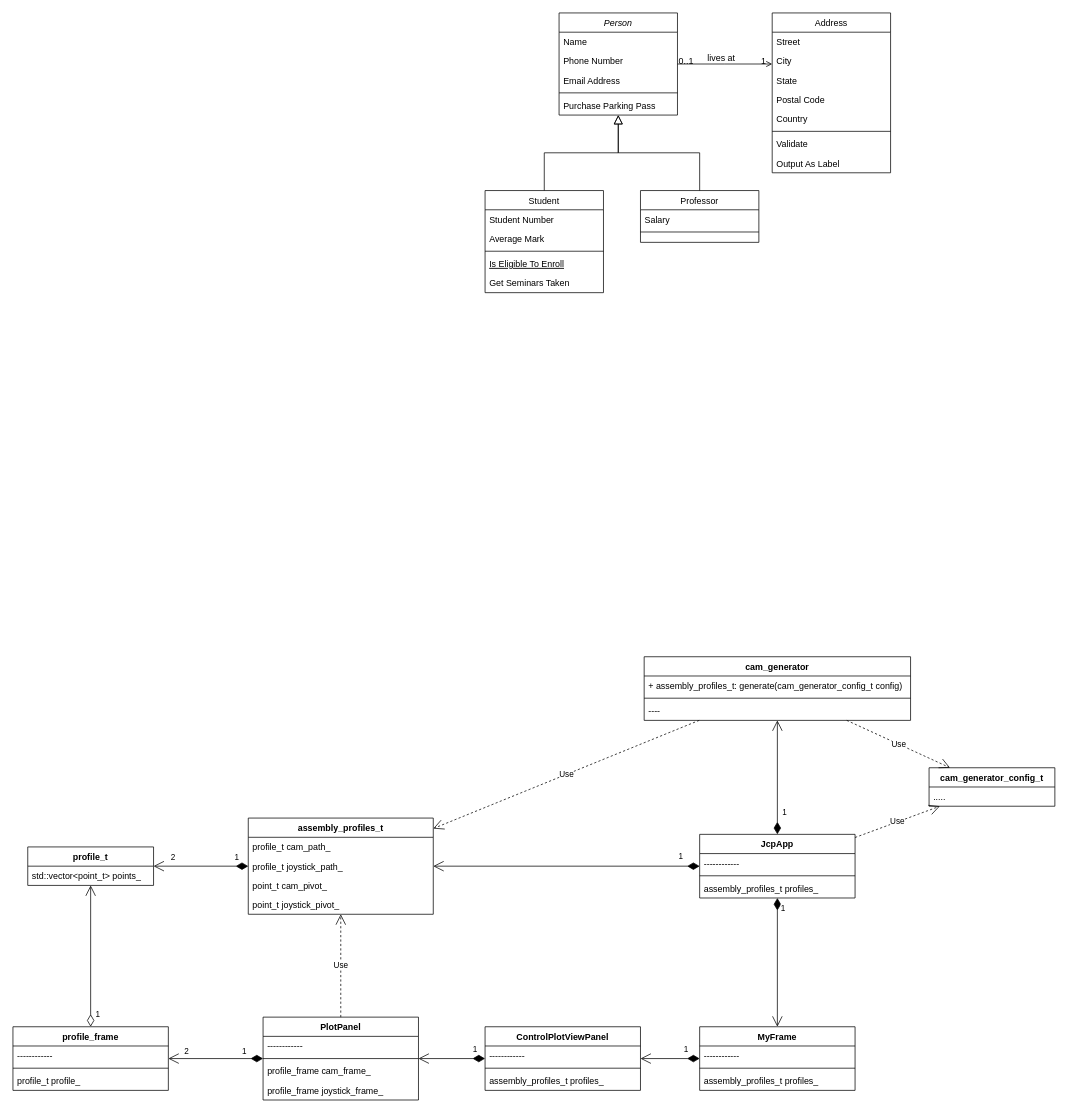
walkiewicz125/jcp keeps this draw.io diagram as class_diagram_draw_io.drawio. Above is the earlier version. Source tidied: cells renumbered, new cells numbered last; positions are measured from the earlier drawing's top-left corner, leaving out a move shared by most shapes. Both pictures are drawn from the tidied source at 74%, with x=0, y=0 at pixel (13, 13).
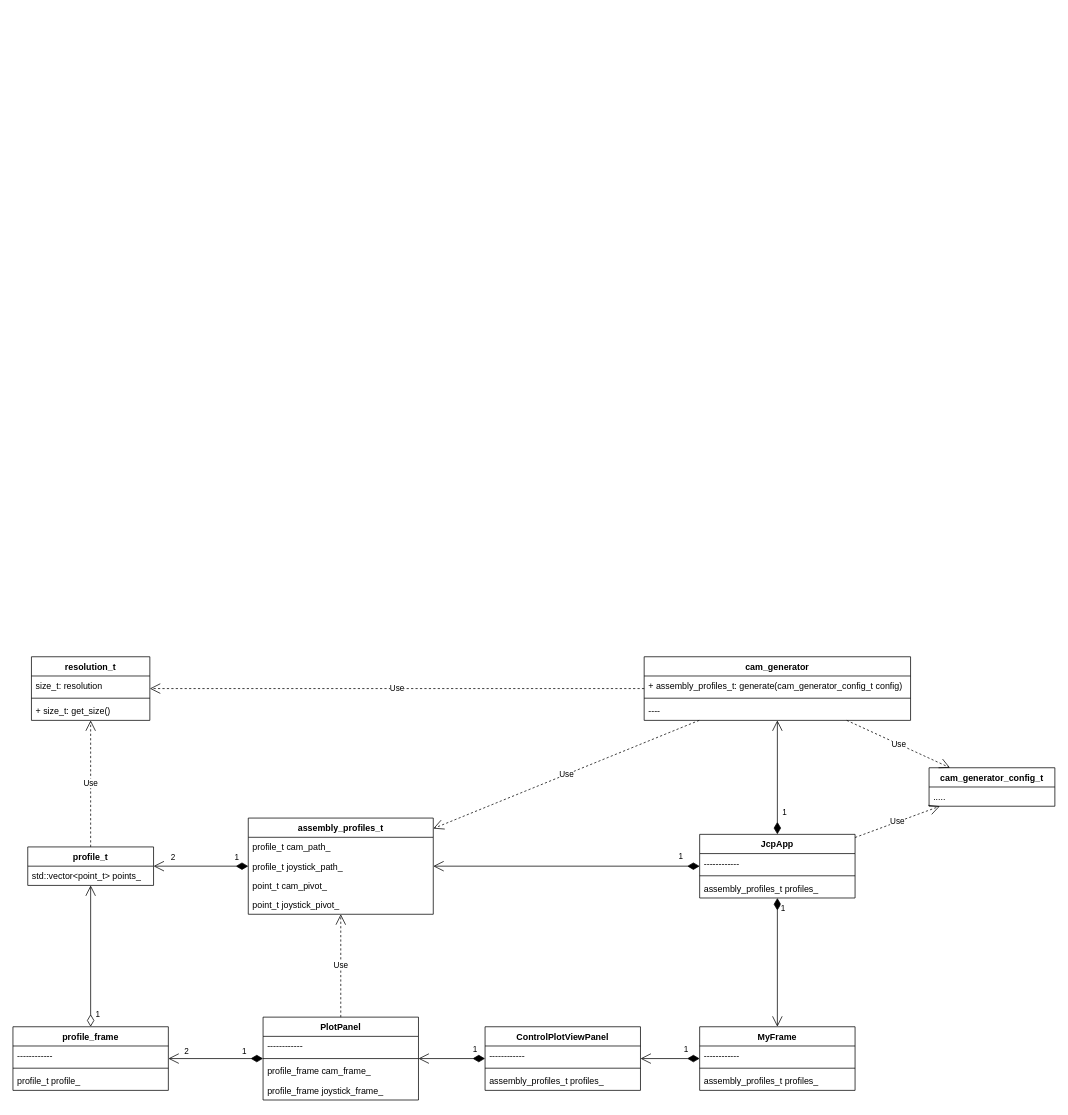
After the change.

Commit message:
Update class diagram

Unchanged cells that the change refers to:
```xml
<mxCell id="32" value="profile_t" style="swimlane;fontStyle=1;horizontal=1;startSize=26;fillColor=none;" parent="1" vertex="1">
  <mxGeometry x="20" y="1127" width="170" height="52" as="geometry" />
</mxCell>
<mxCell id="43" value="cam_generator" style="swimlane;fontStyle=1;align=center;verticalAlign=top;horizontal=1;startSize=26;" parent="1" vertex="1">
  <mxGeometry x="853" y="870" width="360" height="86" as="geometry" />
</mxCell>
```

What changed in the source:
```diff
@@
-    <mxCell id="2" value="Person" style="swimlane;fontStyle=2;align=center;verticalAlign=top;horizontal=1;startSize=26;rounded=0;shadow=0;strokeWidth=1;" parent="1" vertex="1">
-      <mxGeometry x="738" width="160" height="138" as="geometry" />
-    </mxCell>
-    <mxCell id="3" value="Name" style="text;align=left;verticalAlign=top;spacingLeft=4;spacingRight=4;overflow=hidden;" parent="2" vertex="1">
-      <mxGeometry y="26" width="160" height="26" as="geometry" />
-    </mxCell>
-    <mxCell id="4" value="Phone Number" style="text;align=left;verticalAlign=top;spacingLeft=4;spacingRight=4;overflow=hidden;rounded=0;shadow=0;html=0;" parent="2" vertex="1">
-      <mxGeometry y="52" width="160" height="26" as="geometry" />
-    </mxCell>
-    <mxCell id="5" value="Email Address" style="text;align=left;verticalAlign=top;spacingLeft=4;spacingRight=4;overflow=hidden;rounded=0;shadow=0;html=0;" parent="2" vertex="1">
-      <mxGeometry y="78" width="160" height="26" as="geometry" />
-    </mxCell>
-    <mxCell id="6" style="line;html=1;strokeWidth=1;align=left;verticalAlign=middle;spacingTop=-1;spacingLeft=3;spacingRight=3;labelPosition=right;" parent="2" vertex="1">
-      <mxGeometry y="104" width="160" height="8" as="geometry" />
-    </mxCell>
-    <mxCell id="7" value="Purchase Parking Pass" style="text;align=left;verticalAlign=top;spacingLeft=4;spacingRight=4;overflow=hidden;" parent="2" vertex="1">
-      <mxGeometry y="112" width="160" height="26" as="geometry" />
-    </mxCell>
-    <mxCell id="8" value="Student" style="swimlane;fontStyle=0;align=center;verticalAlign=top;horizontal=1;startSize=26;rounded=0;shadow=0;strokeWidth=1;" parent="1" vertex="1">
-      <mxGeometry x="638" y="240" width="160" height="138" as="geometry" />
-    </mxCell>
-    <mxCell id="9" value="Student Number" style="text;align=left;verticalAlign=top;spacingLeft=4;spacingRight=4;overflow=hidden;" parent="8" vertex="1">
-      <mxGeometry y="26" width="160" height="26" as="geometry" />
-    </mxCell>
-    <mxCell id="10" value="Average Mark" style="text;align=left;verticalAlign=top;spacingLeft=4;spacingRight=4;overflow=hidden;rounded=0;shadow=0;html=0;" parent="8" vertex="1">
-      <mxGeometry y="52" width="160" height="26" as="geometry" />
-    </mxCell>
-    <mxCell id="11" style="line;html=1;strokeWidth=1;align=left;verticalAlign=middle;spacingTop=-1;spacingLeft=3;spacingRight=3;labelPosition=right;" parent="8" vertex="1">
-      <mxGeometry y="78" width="160" height="8" as="geometry" />
-    </mxCell>
-    <mxCell id="12" value="Is Eligible To Enroll" style="text;align=left;verticalAlign=top;spacingLeft=4;spacingRight=4;overflow=hidden;fontStyle=4;" parent="8" vertex="1">
-      <mxGeometry y="86" width="160" height="26" as="geometry" />
-    </mxCell>
-    <mxCell id="13" value="Get Seminars Taken" style="text;align=left;verticalAlign=top;spacingLeft=4;spacingRight=4;overflow=hidden;" parent="8" vertex="1">
-      <mxGeometry y="112" width="160" height="26" as="geometry" />
-    </mxCell>
-    <mxCell id="14" style="endArrow=block;endSize=10;endFill=0;shadow=0;strokeWidth=1;rounded=0;edgeStyle=elbowEdgeStyle;elbow=vertical;" parent="1" edge="1" source="8" target="2">
-      <mxGeometry relative="1" as="geometry" />
-    </mxCell>
-    <mxCell id="15" value="Professor" style="swimlane;fontStyle=0;align=center;verticalAlign=top;horizontal=1;startSize=26;rounded=0;shadow=0;strokeWidth=1;" parent="1" vertex="1">
-      <mxGeometry x="848" y="240" width="160" height="70" as="geometry" />
-    </mxCell>
-    <mxCell id="16" value="Salary" style="text;align=left;verticalAlign=top;spacingLeft=4;spacingRight=4;overflow=hidden;" parent="15" vertex="1">
-      <mxGeometry y="26" width="160" height="26" as="geometry" />
-    </mxCell>
-    <mxCell id="17" style="line;html=1;strokeWidth=1;align=left;verticalAlign=middle;spacingTop=-1;spacingLeft=3;spacingRight=3;labelPosition=right;" parent="15" vertex="1">
-      <mxGeometry y="52" width="160" height="8" as="geometry" />
-    </mxCell>
-    <mxCell id="18" style="endArrow=block;endSize=10;endFill=0;shadow=0;strokeWidth=1;rounded=0;edgeStyle=elbowEdgeStyle;elbow=vertical;" parent="1" edge="1" source="15" target="2">
-      <mxGeometry relative="1" as="geometry" />
-    </mxCell>
-    <mxCell id="19" value="Address" style="swimlane;fontStyle=0;align=center;verticalAlign=top;horizontal=1;startSize=26;rounded=0;shadow=0;strokeWidth=1;" parent="1" vertex="1">
-      <mxGeometry x="1026" width="160" height="216" as="geometry" />
-    </mxCell>
-    <mxCell id="20" value="Street" style="text;align=left;verticalAlign=top;spacingLeft=4;spacingRight=4;overflow=hidden;" parent="19" vertex="1">
-      <mxGeometry y="26" width="160" height="26" as="geometry" />
-    </mxCell>
-    <mxCell id="21" value="City" style="text;align=left;verticalAlign=top;spacingLeft=4;spacingRight=4;overflow=hidden;rounded=0;shadow=0;html=0;" parent="19" vertex="1">
-      <mxGeometry y="52" width="160" height="26" as="geometry" />
-    </mxCell>
-    <mxCell id="22" value="State" style="text;align=left;verticalAlign=top;spacingLeft=4;spacingRight=4;overflow=hidden;rounded=0;shadow=0;html=0;" parent="19" vertex="1">
-      <mxGeometry y="78" width="160" height="26" as="geometry" />
-    </mxCell>
-    <mxCell id="23" value="Postal Code" style="text;align=left;verticalAlign=top;spacingLeft=4;spacingRight=4;overflow=hidden;rounded=0;shadow=0;html=0;" parent="19" vertex="1">
-      <mxGeometry y="104" width="160" height="26" as="geometry" />
-    </mxCell>
-    <mxCell id="24" value="Country" style="text;align=left;verticalAlign=top;spacingLeft=4;spacingRight=4;overflow=hidden;rounded=0;shadow=0;html=0;" parent="19" vertex="1">
-      <mxGeometry y="130" width="160" height="26" as="geometry" />
-    </mxCell>
-    <mxCell id="25" style="line;html=1;strokeWidth=1;align=left;verticalAlign=middle;spacingTop=-1;spacingLeft=3;spacingRight=3;labelPosition=right;" parent="19" vertex="1">
-      <mxGeometry y="156" width="160" height="8" as="geometry" />
-    </mxCell>
-    <mxCell id="26" value="Validate" style="text;align=left;verticalAlign=top;spacingLeft=4;spacingRight=4;overflow=hidden;" parent="19" vertex="1">
-      <mxGeometry y="164" width="160" height="26" as="geometry" />
-    </mxCell>
-    <mxCell id="27" value="Output As Label" style="text;align=left;verticalAlign=top;spacingLeft=4;spacingRight=4;overflow=hidden;" parent="19" vertex="1">
-      <mxGeometry y="190" width="160" height="26" as="geometry" />
-    </mxCell>
-    <mxCell id="28" style="endArrow=open;shadow=0;strokeWidth=1;rounded=0;endFill=1;edgeStyle=elbowEdgeStyle;elbow=vertical;" parent="1" edge="1" source="2" target="19">
-      <mxGeometry x="0.5" y="41" relative="1" as="geometry">
-        <mxPoint x="-40" y="32" as="offset" />
-      </mxGeometry>
-    </mxCell>
-    <mxCell id="29" value="0..1" style="align=left;verticalAlign=bottom;labelBackgroundColor=none;fontSize=12;" parent="28" vertex="1">
-      <mxGeometry x="-1" relative="1" as="geometry">
-        <mxPoint y="4" as="offset" />
-      </mxGeometry>
-    </mxCell>
-    <mxCell id="30" value="1" style="align=right;verticalAlign=bottom;labelBackgroundColor=none;fontSize=12;" parent="28" vertex="1">
-      <mxGeometry x="1" relative="1" as="geometry">
-        <mxPoint x="-7" y="4" as="offset" />
-      </mxGeometry>
-    </mxCell>
-    <mxCell id="31" value="lives at" style="text;html=1;align=center;verticalAlign=middle;labelBackgroundColor=none;rounded=0;shadow=0;strokeWidth=1;fontSize=12;" parent="28" vertex="1">
-      <mxGeometry x="0.5" y="49" relative="1" as="geometry">
-        <mxPoint x="-38" y="40" as="offset" />
-      </mxGeometry>
-    </mxCell>
@@
+    <mxCell id="84" value="resolution_t" style="swimlane;fontStyle=1;align=center;verticalAlign=top;horizontal=1;startSize=26;" parent="1" vertex="1">
+      <mxGeometry x="25" y="870" width="160" height="86" as="geometry" />
+    </mxCell>
+    <mxCell id="85" value="size_t: resolution" style="text;strokeColor=none;fillColor=none;align=left;verticalAlign=top;spacingLeft=4;spacingRight=4;overflow=hidden;" parent="84" vertex="1">
+      <mxGeometry y="26" width="160" height="26" as="geometry" />
+    </mxCell>
+    <mxCell id="86" style="line;strokeWidth=1;fillColor=none;align=left;verticalAlign=middle;spacingTop=-1;spacingLeft=3;spacingRight=3;labelPosition=right;" parent="84" vertex="1">
+      <mxGeometry y="52" width="160" height="8" as="geometry" />
+    </mxCell>
+    <mxCell id="87" value="+ size_t: get_size()" style="text;strokeColor=none;fillColor=none;align=left;verticalAlign=top;spacingLeft=4;spacingRight=4;overflow=hidden;" parent="84" vertex="1">
+      <mxGeometry y="60" width="160" height="26" as="geometry" />
+    </mxCell>
+    <mxCell id="88" value="Use" style="endArrow=open;endSize=12;dashed=1;html=1;rounded=0;" parent="1" edge="1" source="32" target="84">
+      <mxGeometry relative="1" as="geometry" />
+    </mxCell>
+    <mxCell id="89" value="Use" style="endArrow=open;endSize=12;dashed=1;html=1;rounded=0;" parent="1" edge="1" source="43" target="84">
+      <mxGeometry relative="1" as="geometry" />
+    </mxCell>
```
